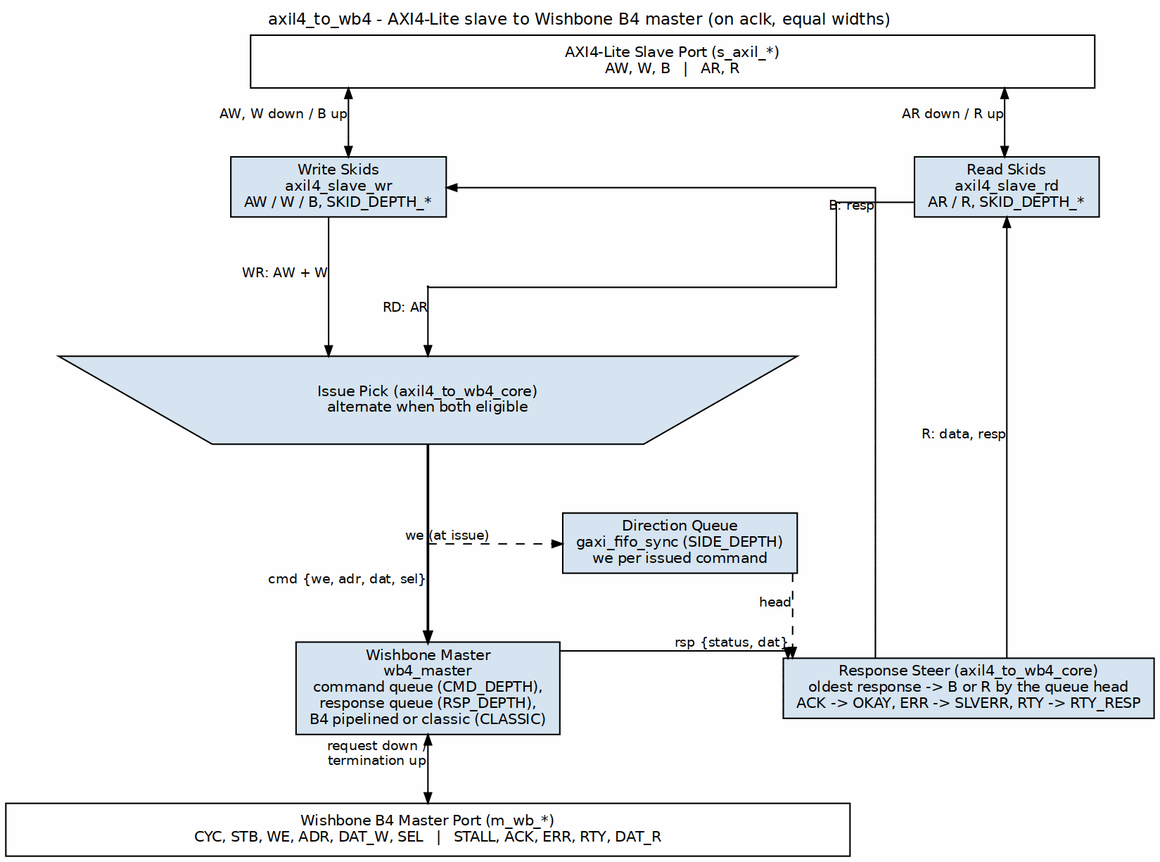
Above: projects/components/utility-ip/converters/docs/converter_mas/assets/graphviz/axil4_to_wb4.png in sean-galloway/RTLDesignSherpa (Graphviz), before the change. Its source is kept beside it as projects/components/utility-ip/converters/docs/converter_mas/assets/graphviz/axil4_to_wb4.dot.
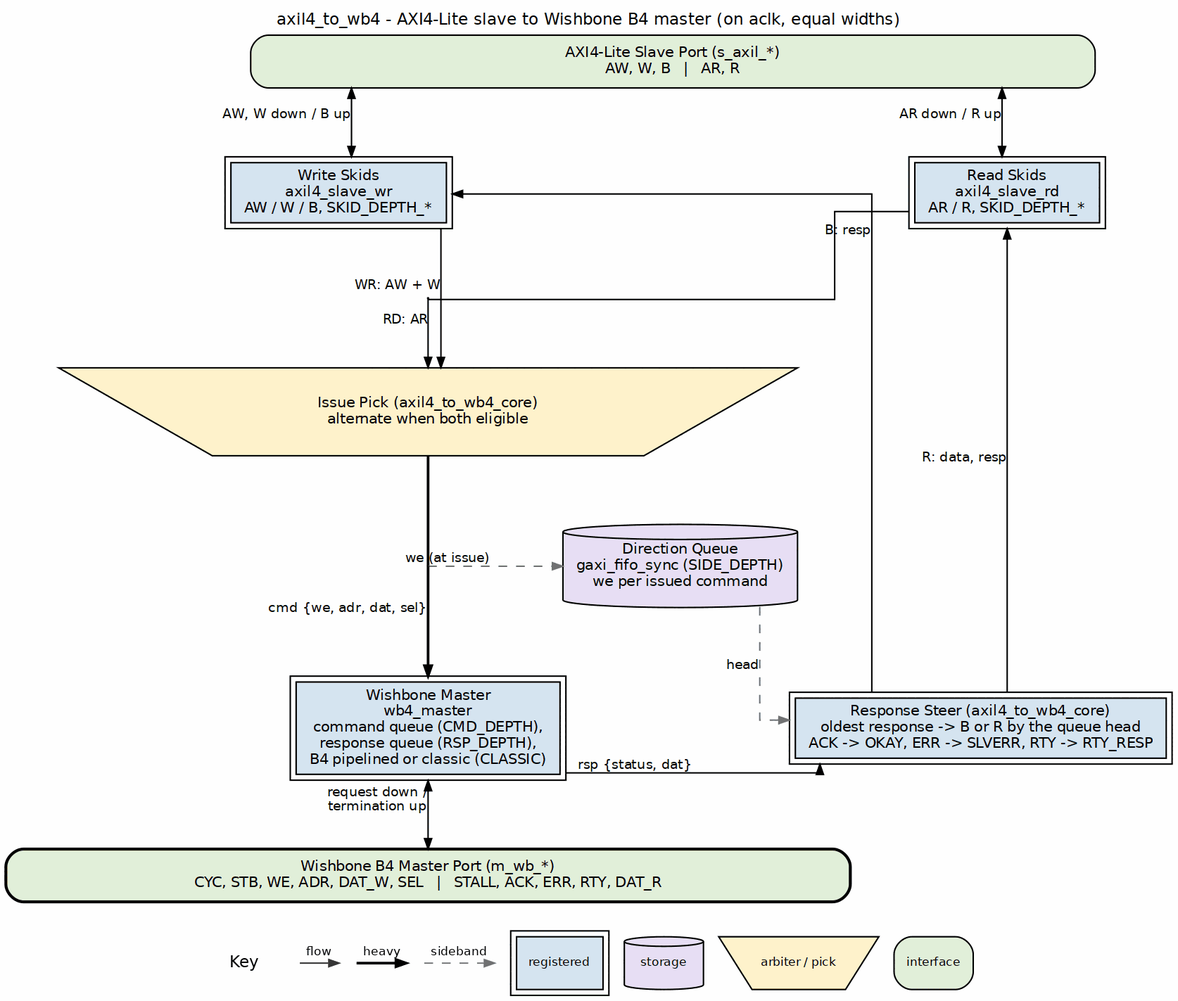
Later version of the same file.

The edit, as a diff of the source:
```diff
@@ -3,22 +3,22 @@
            nodesep="0.55", ranksep="0.65", splines=ortho, newrank=true,
            labelloc=t, labeljust=c];
     node  [fontname="Helvetica", fontsize=10, shape=box, style=filled,
-           fillcolor="#D6E4F0", color="black", margin="0.12,0.06"];
+           fillcolor="white", color="black", margin="0.12,0.06"];
     edge  [fontname="Helvetica", fontsize=9, color="black", arrowsize=0.7];
     label="axil4_to_wb4 - AXI4-Lite slave to Wishbone B4 master (on aclk, equal widths)";
 
-    s     [label="AXI4-Lite Slave Port (s_axil_*)\nAW, W, B   |   AR, R", fillcolor="white", width=8.0];
+    s     [label="AXI4-Lite Slave Port (s_axil_*)\nAW, W, B   |   AR, R", fillcolor="white", width=8.0, style="rounded,filled", fillcolor="#E2EFDA"];
 
-    skwr  [label="Write Skids\naxil4_slave_wr\nAW / W / B, SKID_DEPTH_*", group=W];
-    skrd  [label="Read Skids\naxil4_slave_rd\nAR / R, SKID_DEPTH_*", group=R];
+    skwr  [label="Write Skids\naxil4_slave_wr\nAW / W / B, SKID_DEPTH_*", group=W, peripheries=2, style="filled", fillcolor="#D6E4F0"];
+    skrd  [label="Read Skids\naxil4_slave_rd\nAR / R, SKID_DEPTH_*", group=R, peripheries=2, style="filled", fillcolor="#D6E4F0"];
 
-    pick  [group=P, label="Issue Pick (axil4_to_wb4_core)\nalternate when both eligible", shape=invtrapezium, width=7.0, fixedsize=false];
-    side  [label="Direction Queue\ngaxi_fifo_sync (SIDE_DEPTH)\nwe per issued command", group=R];
-    steer [label="Response Steer (axil4_to_wb4_core)\noldest response -> B or R by the queue head\nACK -> OKAY, ERR -> SLVERR, RTY -> RTY_RESP", group=R];
+    pick  [group=P, label="Issue Pick (axil4_to_wb4_core)\nalternate when both eligible", shape=invtrapezium, width=7.0, fixedsize=false, style="filled", fillcolor="#FFF2CC"];
+    side  [label="Direction Queue\ngaxi_fifo_sync (SIDE_DEPTH)\nwe per issued command", group=R, shape=cylinder, style="filled", fillcolor="#E8DFF5"];
+    steer [label="Response Steer (axil4_to_wb4_core)\noldest response -> B or R by the queue head\nACK -> OKAY, ERR -> SLVERR, RTY -> RTY_RESP", group=R, peripheries=2, style="filled", fillcolor="#D6E4F0"];
 
-    wbm   [group=P, label="Wishbone Master\nwb4_master\ncommand queue (CMD_DEPTH),\nresponse queue (RSP_DEPTH),\nB4 pipelined or classic (CLASSIC)"];
+    wbm   [group=P, label="Wishbone Master\nwb4_master\ncommand queue (CMD_DEPTH),\nresponse queue (RSP_DEPTH),\nB4 pipelined or classic (CLASSIC)", peripheries=2, style="filled", fillcolor="#D6E4F0"];
 
-    bar   [label="Wishbone B4 Master Port (m_wb_*)\nCYC, STB, WE, ADR, DAT_W, SEL   |   STALL, ACK, ERR, RTY, DAT_R", fillcolor="white", width=8.0];
+    bar   [label="Wishbone B4 Master Port (m_wb_*)\nCYC, STB, WE, ADR, DAT_W, SEL   |   STALL, ACK, ERR, RTY, DAT_R", fillcolor="white", width=8.0, style="rounded,filled,bold", fillcolor="#E2EFDA"];
 
     s     -> skwr  [dir=both, xlabel="AW, W down / B up"];
     s     -> skrd  [dir=both, xlabel="AR down / R up"];
@@ -29,11 +29,11 @@
     p_c   [shape=point, width=0.01, group=P];
     pick  -> p_c   [arrowhead=none, headclip=false, penwidth=1.8];
     p_c   -> wbm   [tailclip=false, xlabel="cmd {we, adr, dat, sel}", penwidth=1.8];
-    p_c   -> side  [style=dashed, tailclip=false, xlabel="we (at issue)"];
+    p_c   -> side  [style=dashed, color="#777777", tailclip=false, xlabel="we (at issue)"];
     wbm   -> bar   [dir=both, xlabel="request down /\ntermination up"];
 
     wbm   -> steer [xlabel="rsp {status, dat}"];
-    side  -> steer [style=dashed, xlabel="head"];
+    side  -> steer [style=dashed, color="#777777", xlabel="head"];
     skwr  -> steer [dir=back, xlabel="B: resp"];
     skrd  -> steer [dir=back, xlabel="R: data, resp"];
 
```
